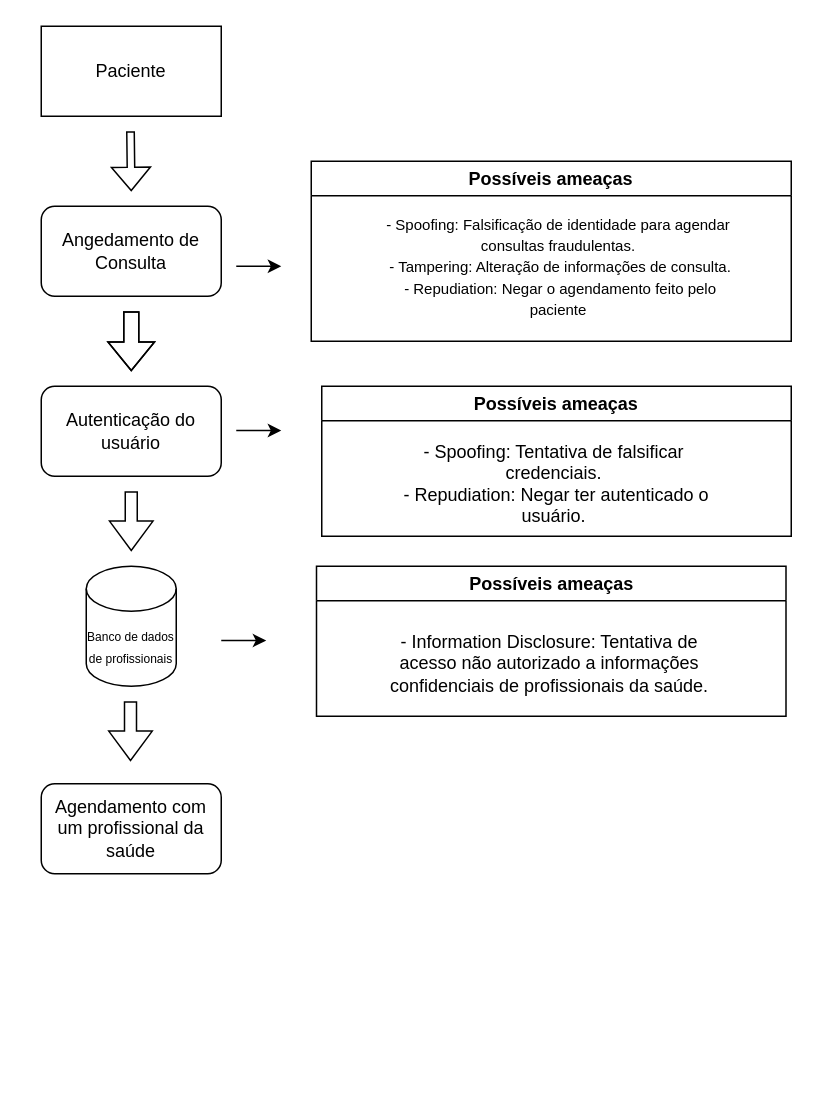
niklaz4/appsec-works keeps this draw.io diagram as modelagem_de_ameaça.drawio. Above is the earlier version. Source tidied: cells renumbered, new cells numbered last; positions are measured from the earlier drawing's top-left corner, leaving out a move shared by most shapes. Both pictures are drawn from the tidied source at 150%, with x=0, y=0 at pixel (40, 26).
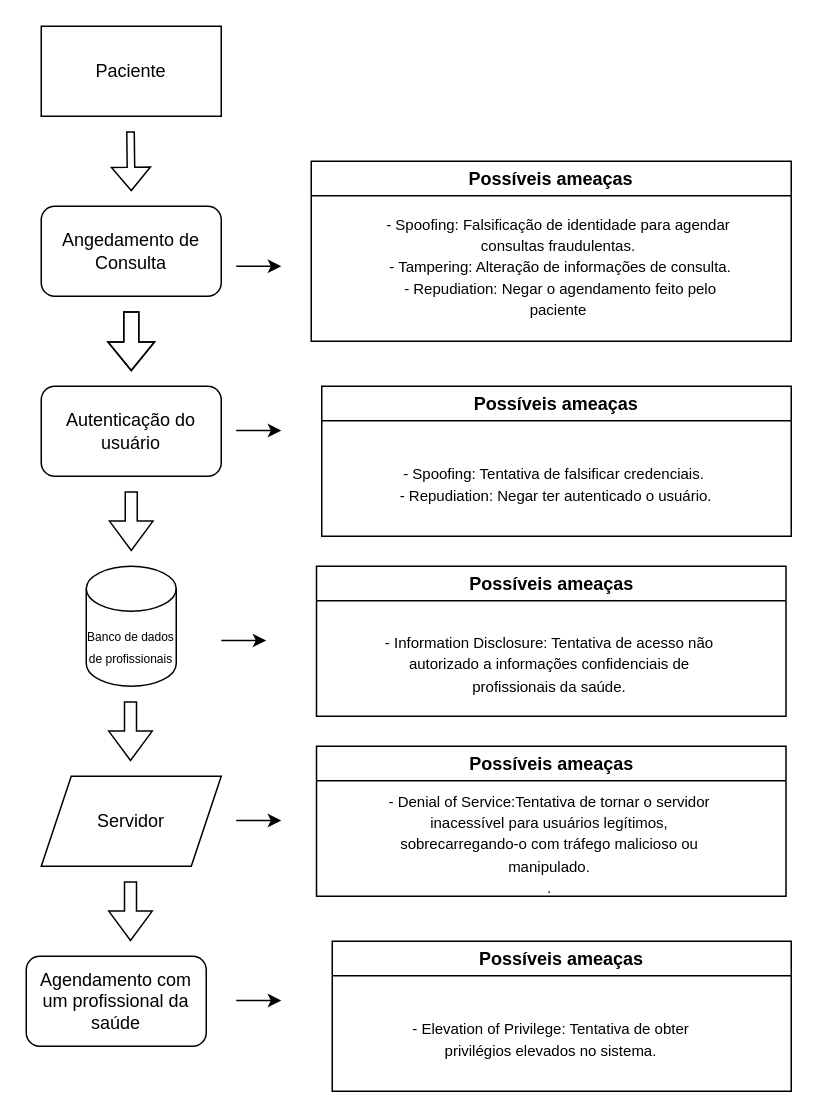
After the change.

The change refers to these unchanged cells:
```xml
<mxCell id="16" value="Possíveis ameaças" style="swimlane;whiteSpace=wrap;html=1;" parent="1" vertex="1">
  <mxGeometry x="187" y="240" width="313" height="100" as="geometry" />
</mxCell>
<mxCell id="19" value="Possíveis ameaças" style="swimlane;whiteSpace=wrap;html=1;" parent="1" vertex="1">
  <mxGeometry x="183.5" y="360" width="313" height="100" as="geometry" />
</mxCell>
```

The edit, as a diff of the source:
```diff
@@
     <mxCell id="11" value="Agendamento com um profissional da saúde" style="rounded=1;whiteSpace=wrap;html=1;" parent="1" vertex="1">
-      <mxGeometry y="505" width="120" height="60" as="geometry" />
+      <mxGeometry x="-10" y="620" width="120" height="60" as="geometry" />
     </mxCell>
@@
-    <mxCell id="17" value="- Spoofing: Tentativa de falsificar credenciais.&lt;br&gt;&amp;nbsp;- Repudiation: Negar ter autenticado o usuário." style="text;html=1;strokeColor=none;fillColor=none;align=center;verticalAlign=middle;whiteSpace=wrap;rounded=0;" parent="16" vertex="1">
+    <mxCell id="17" value="&lt;font style=&quot;font-size: 10px;&quot;&gt;- Spoofing: Tentativa de falsificar credenciais.&lt;br&gt;&amp;nbsp;- Repudiation: Negar ter autenticado o usuário.&lt;/font&gt;" style="text;html=1;strokeColor=none;fillColor=none;align=center;verticalAlign=middle;whiteSpace=wrap;rounded=0;" parent="16" vertex="1">
       <mxGeometry x="40" y="30" width="230" height="70" as="geometry" />
     </mxCell>
@@
-    <mxCell id="20" value="- Information Disclosure: Tentativa de acesso não autorizado a informações confidenciais de profissionais da saúde." style="text;html=1;strokeColor=none;fillColor=none;align=center;verticalAlign=middle;whiteSpace=wrap;rounded=0;" parent="19" vertex="1">
+    <mxCell id="20" value="&lt;font style=&quot;font-size: 10px;&quot;&gt;- Information Disclosure: Tentativa de acesso não autorizado a informações confidenciais de profissionais da saúde.&lt;/font&gt;" style="text;html=1;strokeColor=none;fillColor=none;align=center;verticalAlign=middle;whiteSpace=wrap;rounded=0;" parent="19" vertex="1">
       <mxGeometry x="40" y="30" width="230" height="70" as="geometry" />
     </mxCell>
@@
+    <mxCell id="22" value="Possíveis ameaças" style="swimlane;whiteSpace=wrap;html=1;" parent="1" vertex="1">
+      <mxGeometry x="194" y="610" width="306" height="100" as="geometry" />
+    </mxCell>
+    <mxCell id="23" value="&lt;font style=&quot;font-size: 10px;&quot;&gt;- Elevation of Privilege: Tentativa de obter privilégios elevados no sistema.&lt;/font&gt;" style="text;html=1;strokeColor=none;fillColor=none;align=center;verticalAlign=middle;whiteSpace=wrap;rounded=0;" parent="22" vertex="1">
+      <mxGeometry x="31" y="30" width="230" height="70" as="geometry" />
+    </mxCell>
+    <mxCell id="24" style="endArrow=classic;html=1;rounded=0;" parent="1" edge="1">
+      <mxGeometry relative="1" as="geometry">
+        <mxPoint x="130" y="649.5" as="sourcePoint" />
+        <mxPoint x="160" y="649.5" as="targetPoint" />
+      </mxGeometry>
+    </mxCell>
+    <mxCell id="25" value="Servidor" style="shape=parallelogram;perimeter=parallelogramPerimeter;whiteSpace=wrap;html=1;fixedSize=1;" parent="1" vertex="1">
+      <mxGeometry y="500" width="120" height="60" as="geometry" />
+    </mxCell>
+    <mxCell id="26" value="Possíveis ameaças" style="swimlane;whiteSpace=wrap;html=1;" parent="1" vertex="1">
+      <mxGeometry x="183.5" y="480" width="313" height="100" as="geometry" />
+    </mxCell>
+    <mxCell id="27" value="&lt;font style=&quot;font-size: 10px;&quot;&gt;- Denial of Service:Tentativa de tornar o servidor inacessível para usuários legítimos, sobrecarregando-o com tráfego malicioso ou manipulado.&lt;br&gt;.&lt;/font&gt;" style="text;html=1;strokeColor=none;fillColor=none;align=center;verticalAlign=middle;whiteSpace=wrap;rounded=0;" parent="26" vertex="1">
+      <mxGeometry x="40" y="30" width="230" height="70" as="geometry" />
+    </mxCell>
+    <mxCell id="28" style="endArrow=classic;html=1;rounded=0;" parent="1" edge="1">
+      <mxGeometry relative="1" as="geometry">
+        <mxPoint x="130" y="529.5" as="sourcePoint" />
+        <mxPoint x="160" y="529.5" as="targetPoint" />
+      </mxGeometry>
+    </mxCell>
+    <mxCell id="29" style="shape=flexArrow;endArrow=classic;html=1;rounded=0;width=8;endSize=6.2;" parent="1" edge="1">
+      <mxGeometry relative="1" as="geometry">
+        <mxPoint x="59.5" y="570" as="sourcePoint" />
+        <mxPoint x="59.5" y="610" as="targetPoint" />
+      </mxGeometry>
+    </mxCell>
```
